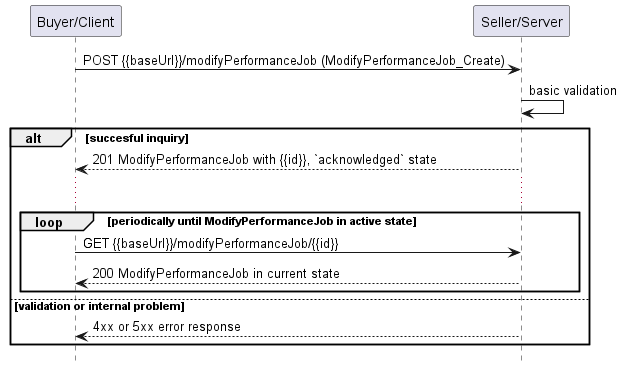
MEF-GIT/MEF-LSO-Legato-SDK keeps this PlantUML diagram as documentation/serviceApi/pm/performance/media/useCase9Polling.png. Above is the earlier version. The source it was exported from:
```plantuml
@startuml useCase9Polling
hide footbox

participant "Buyer/Client" as B
participant "Seller/Server" as S


B -> S : POST {{baseUrl}}/modifyPerformanceJob (ModifyPerformanceJob_Create)
S -> S : basic validation

alt succesful inquiry
  S --> B : 201 ModifyPerformanceJob with {{id}}, `acknowledged` state

  ...

  loop periodically until ModifyPerformanceJob in active state
      B -> S :   GET {{baseUrl}}/modifyPerformanceJob/{{id}}
      return 200 ModifyPerformanceJob in current state
  end

else validation or internal problem
  S --> B : 4xx or 5xx error response
end


@enduml
```
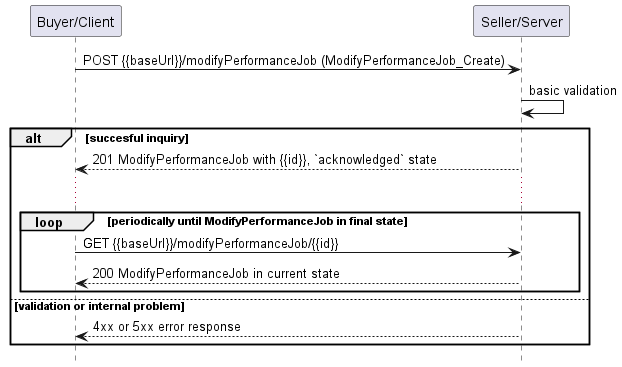
After the change.

What changed in the source:
```diff
@@ -13,8 +13,8 @@
 
   ...
 
-  loop periodically until ModifyPerformanceJob in active state
-      B -> S :   GET {{baseUrl}}/modifyPerformanceJob/{{id}}
+  loop periodically until ModifyPerformanceJob in final state
+      B -> S : GET {{baseUrl}}/modifyPerformanceJob/{{id}}
       return 200 ModifyPerformanceJob in current state
   end
 
```
